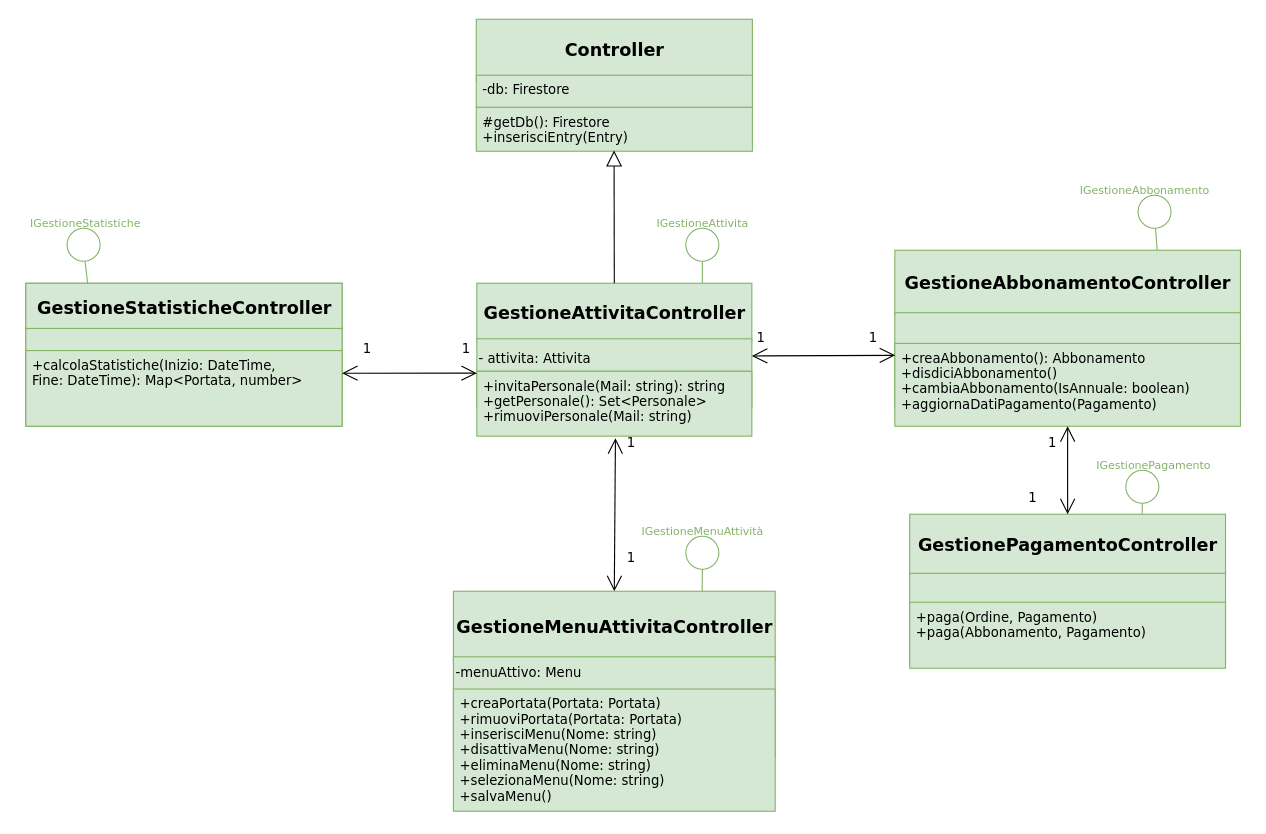
Above: page "attivita" (2 of 5) of progettazione/dettaglio/dettaglioController.drawio in Marco-Burattoni/Progetto-ids (draw.io), before the change. Source tidied: cells renumbered, new cells numbered last; positions are measured from the earlier drawing's top-left corner, leaving out a move shared by most shapes. Both pictures are drawn from the tidied source at 110%, with x=0, y=0 at pixel (19, 19).
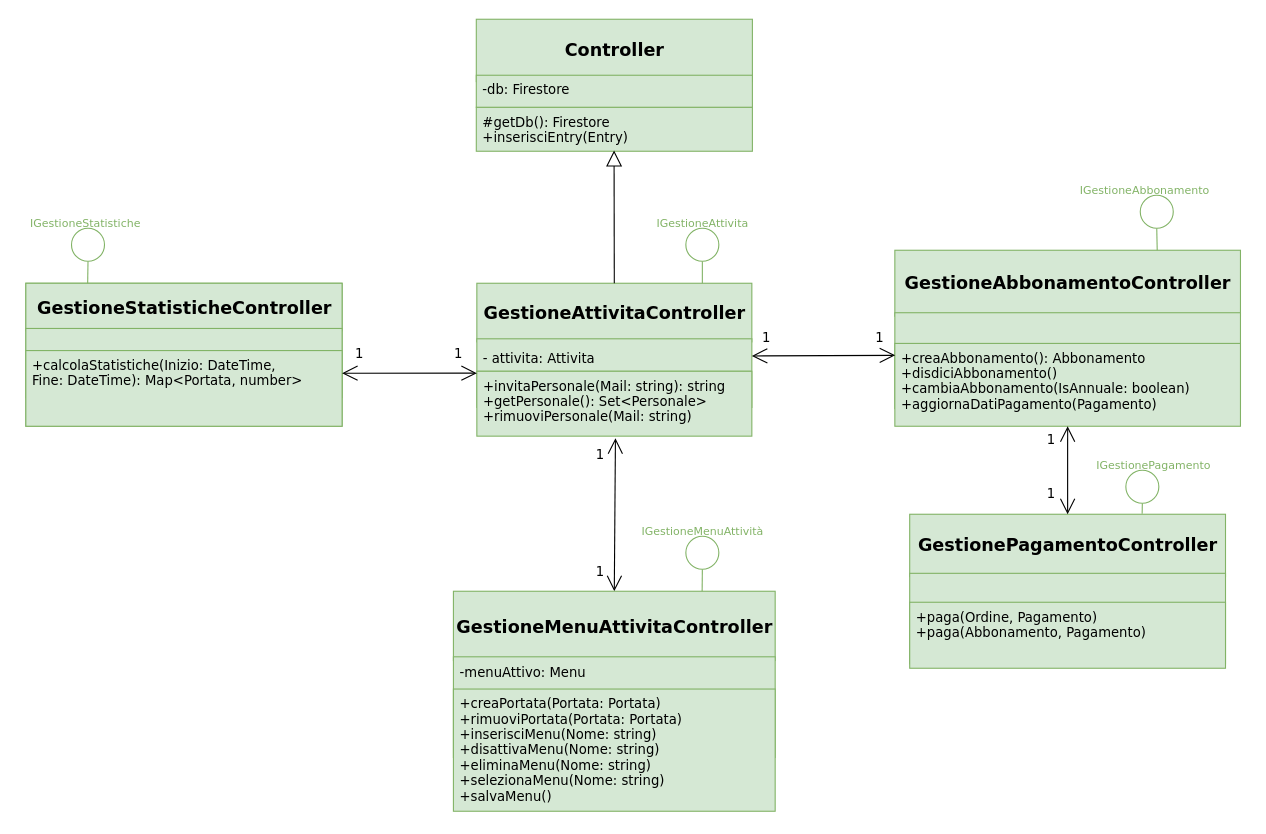
Above is the later version.

Unchanged cells that the change refers to:
```xml
<mxCell id="2" style="group;fontFamily=Verdana;" parent="1" vertex="1">
  <mxGeometry x="416" y="240" width="250" height="160" as="geometry" />
</mxCell>
<mxCell id="22" style="group;fontFamily=Verdana;" parent="16" vertex="1">
  <mxGeometry width="143.8" height="70" as="geometry" />
</mxCell>
<mxCell id="26" style="group;fontFamily=Verdana;" parent="1" vertex="1">
  <mxGeometry x="796" y="140" width="320" height="260" as="geometry" />
</mxCell>
<mxCell id="27" style="group;fontFamily=Verdana;" parent="26" vertex="1">
  <mxGeometry y="70" width="314.2" height="190" as="geometry" />
</mxCell>
<mxCell id="54" style="group;fontFamily=Verdana;" parent="1" vertex="1">
  <mxGeometry x="394.7" y="520" width="292.5" height="200" as="geometry" />
</mxCell>
```

What changed in the source:
```diff
@@
-    <mxCell id="4" value="&lt;font style=&quot;font-size: 12px;&quot;&gt;- attivita: Attivita&lt;/font&gt;" style="html=1;fontSize=16;fillColor=#d5e8d4;strokeColor=#82b366;fontFamily=Verdana;align=left;verticalAlign=top;" parent="2" vertex="1">
+    <mxCell id="4" value="&lt;font style=&quot;font-size: 12px;&quot;&gt;&amp;nbsp;- attivita: Attivita&lt;/font&gt;" style="html=1;fontSize=16;fillColor=#d5e8d4;strokeColor=#82b366;fontFamily=Verdana;align=left;verticalAlign=top;" parent="2" vertex="1">
       <mxGeometry y="50.5" width="250" height="62.4" as="geometry" />
     </mxCell>
@@
     <mxCell id="7" value="1" style="text;html=1;align=center;verticalAlign=middle;strokeColor=none;fillColor=none;fontFamily=Verdana;" parent="2" vertex="1">
-      <mxGeometry x="125" y="130" width="30" height="30" as="geometry" />
+      <mxGeometry x="97" y="141" width="30" height="30" as="geometry" />
     </mxCell>
@@
     <mxCell id="24" style="ellipse;whiteSpace=wrap;html=1;strokeColor=#82B366;fontFamily=Verdana;" parent="22" vertex="1">
-      <mxGeometry x="37.5" y="20" width="30" height="30" as="geometry" />
+      <mxGeometry x="41.5" y="20" width="30" height="30" as="geometry" />
     </mxCell>
@@
     <mxCell id="32" value="&lt;font&gt;1&lt;/font&gt;" style="text;html=1;align=center;verticalAlign=middle;strokeColor=none;fillColor=none;fontFamily=Verdana;" parent="27" vertex="1">
-      <mxGeometry x="128" y="160" width="30" height="30" as="geometry" />
+      <mxGeometry x="127" y="158" width="30" height="30" as="geometry" />
     </mxCell>
@@
     <mxCell id="34" style="ellipse;whiteSpace=wrap;html=1;strokeColor=#82B366;fontFamily=Verdana;" parent="26" vertex="1">
-      <mxGeometry x="221.1" y="20" width="30" height="30" as="geometry" />
+      <mxGeometry x="223.1" y="20" width="30" height="30" as="geometry" />
     </mxCell>
@@
     <mxCell id="39" value="1" style="text;html=1;align=center;verticalAlign=middle;strokeColor=none;fillColor=none;fontFamily=Verdana;" parent="1" vertex="1">
-      <mxGeometry x="301" y="285" width="30" height="30" as="geometry" />
+      <mxGeometry x="294" y="289" width="30" height="30" as="geometry" />
     </mxCell>
     <mxCell id="40" value="1" style="text;html=1;align=center;verticalAlign=middle;strokeColor=none;fillColor=none;fontFamily=Verdana;" parent="1" vertex="1">
-      <mxGeometry x="391" y="285" width="30" height="30" as="geometry" />
+      <mxGeometry x="384" y="289" width="30" height="30" as="geometry" />
     </mxCell>
     <mxCell id="41" value="1" style="text;html=1;align=center;verticalAlign=middle;strokeColor=none;fillColor=none;fontFamily=Verdana;" parent="1" vertex="1">
-      <mxGeometry x="659" y="275" width="30" height="30" as="geometry" />
+      <mxGeometry x="664" y="275" width="30" height="30" as="geometry" />
     </mxCell>
     <mxCell id="42" value="1" style="text;html=1;align=center;verticalAlign=middle;strokeColor=none;fillColor=none;fontFamily=Verdana;" parent="1" vertex="1">
-      <mxGeometry x="761" y="275" width="30" height="30" as="geometry" />
+      <mxGeometry x="767" y="275" width="30" height="30" as="geometry" />
     </mxCell>
     <mxCell id="43" value="1" style="text;html=1;align=center;verticalAlign=middle;strokeColor=none;fillColor=none;fontFamily=Verdana;" parent="1" vertex="1">
-      <mxGeometry x="541" y="475" width="30" height="30" as="geometry" />
+      <mxGeometry x="513" y="488" width="30" height="30" as="geometry" />
     </mxCell>
@@
     <mxCell id="53" value="1" style="text;html=1;align=center;verticalAlign=middle;strokeColor=none;fillColor=none;fontSize=12;fontFamily=Verdana;" parent="1" vertex="1">
-      <mxGeometry x="906" y="420" width="30" height="30" as="geometry" />
+      <mxGeometry x="923" y="417" width="30" height="30" as="geometry" />
     </mxCell>
@@
-    <mxCell id="56" value="-menuAttivo: Menu" style="html=1;fontSize=12;fillColor=#d5e8d4;strokeColor=#82b366;fontFamily=Verdana;align=left;verticalAlign=top;" parent="54" vertex="1">
+    <mxCell id="56" value="&amp;nbsp;-menuAttivo: Menu" style="html=1;fontSize=12;fillColor=#d5e8d4;strokeColor=#82b366;fontFamily=Verdana;align=left;verticalAlign=top;" parent="54" vertex="1">
       <mxGeometry y="59.6" width="292.5" height="91.5" as="geometry" />
     </mxCell>
```
